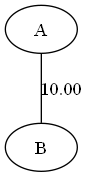
Before: grafo.png, a diagram exported from Graphviz (RichterV/estrutura_de_dados_II_ARVORES). Its source is kept beside it as grafo.dot.
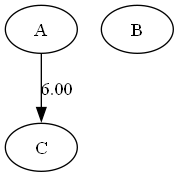
Later version of the same file.

Change to the diagram source:
```diff
@@ -1,5 +1,6 @@
-graph G {
+digraph G {
     0 [label="A"];
     1 [label="B"];
-    0 -- 1 [label="10.00"];
+    2 [label="C"];
+    0 -> 2 [label="6.00"];
 }
```
